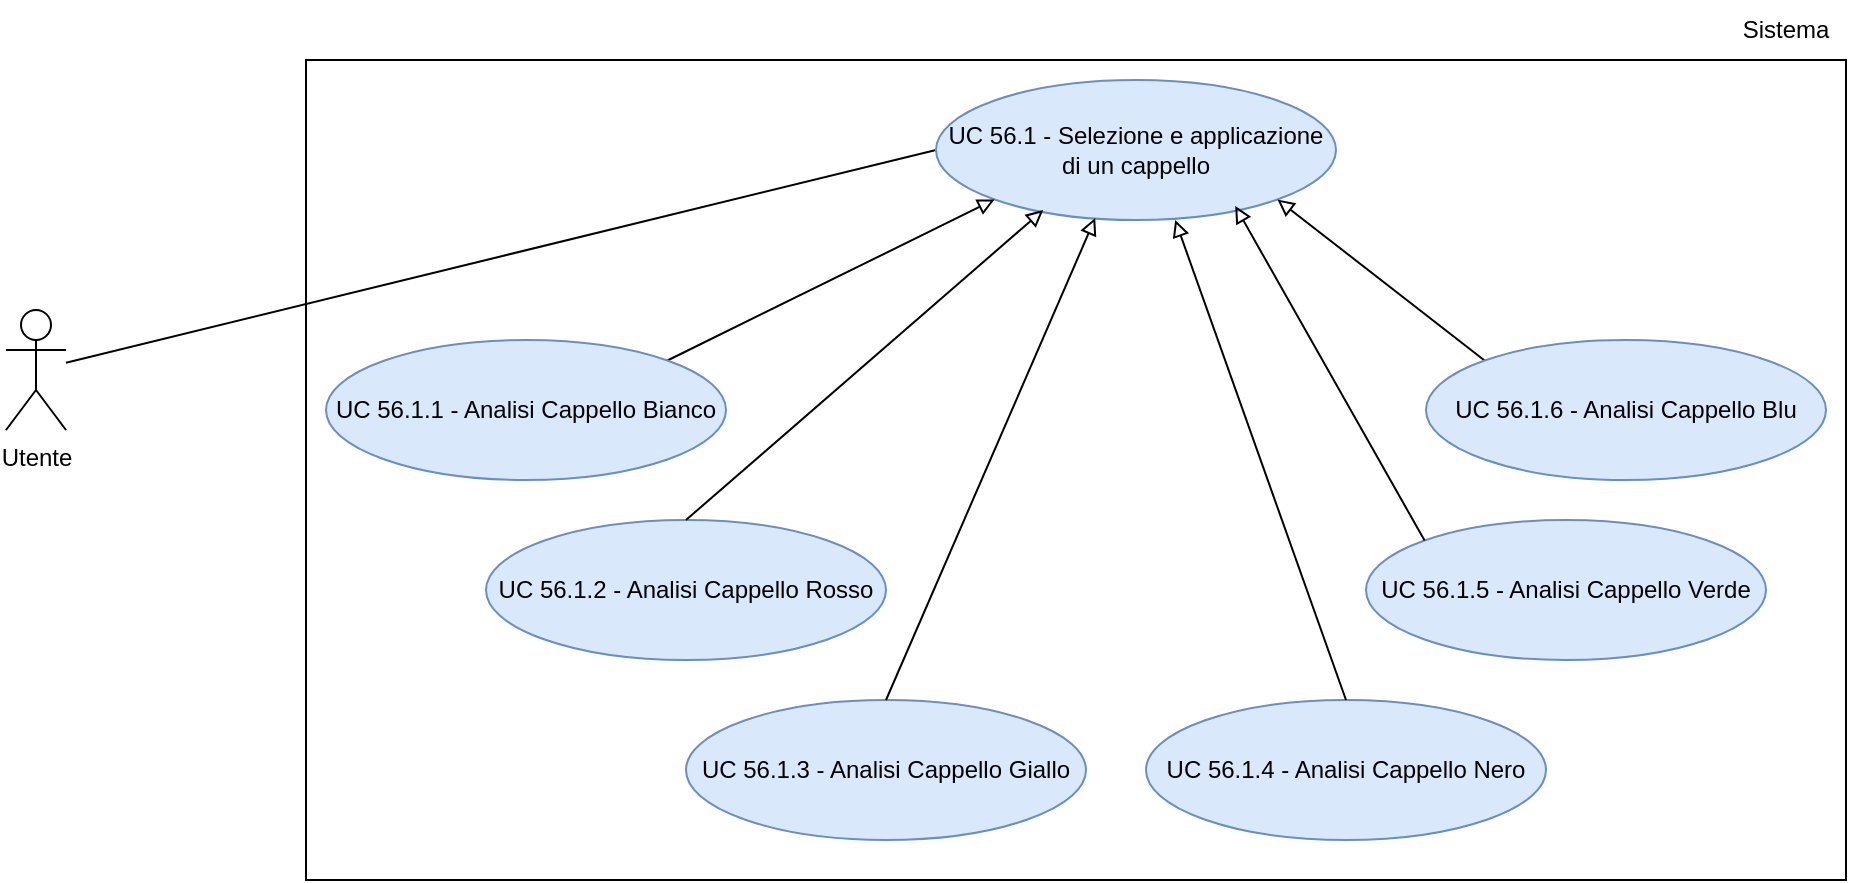
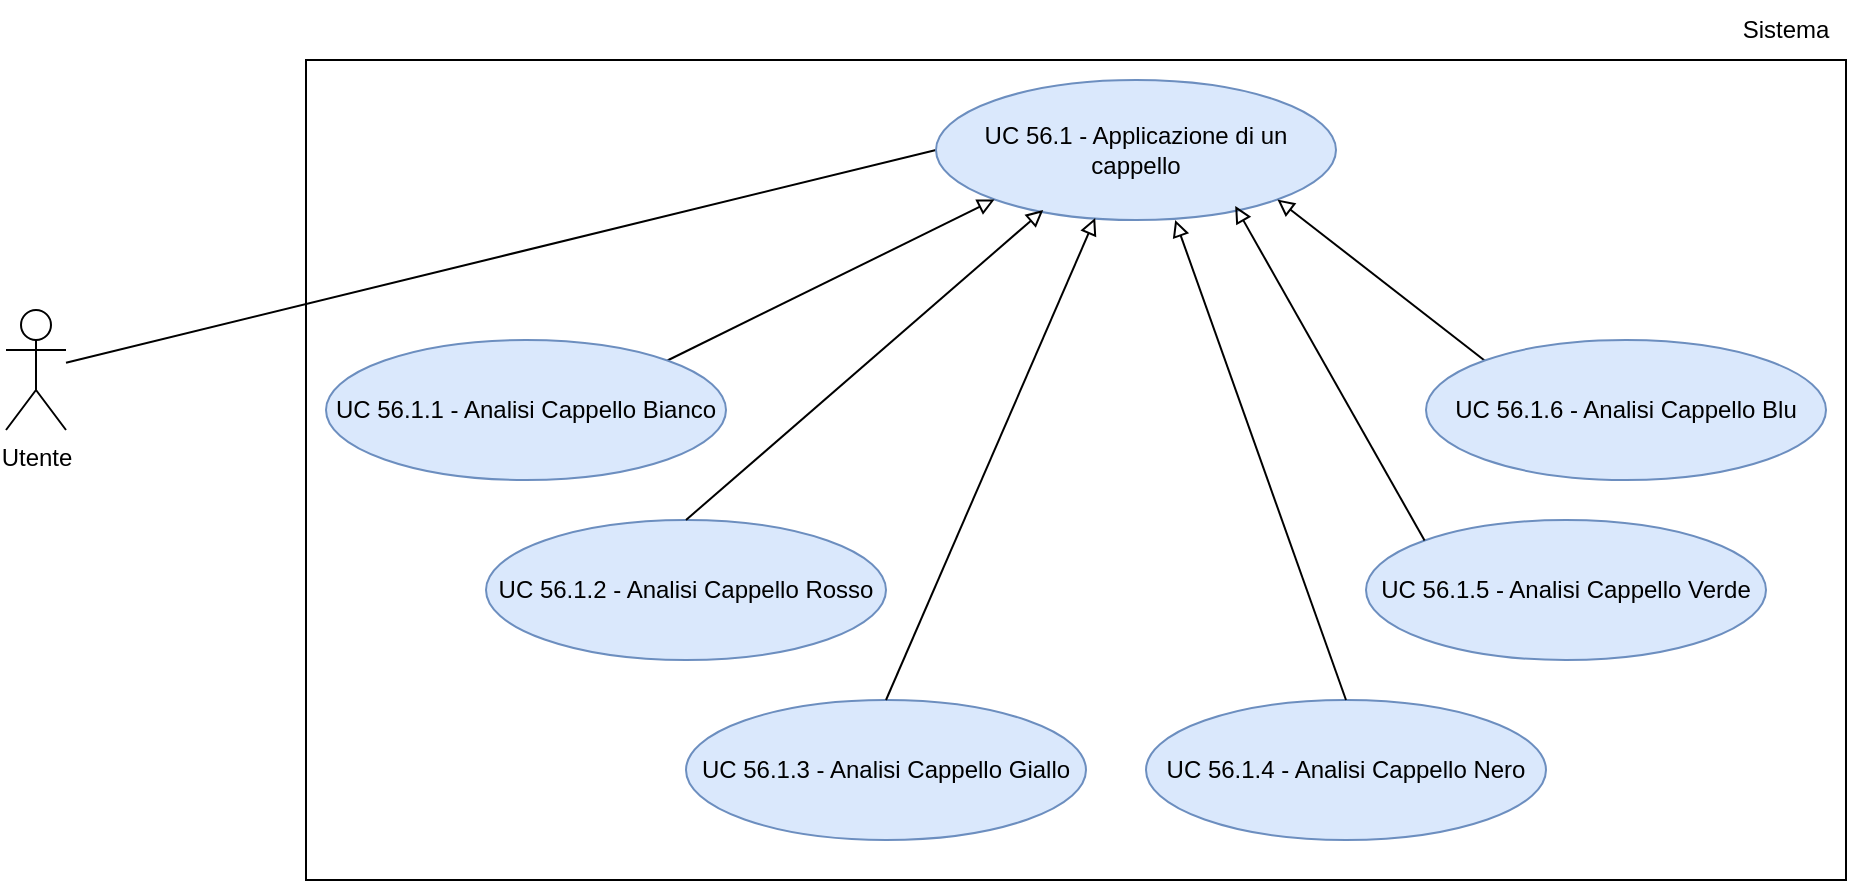
<mxfile host="Electron" agent="Mozilla/5.0 (Macintosh; Intel Mac OS X 10_15_7) AppleWebKit/537.36 (KHTML, like Gecko) draw.io/29.6.6 Chrome/144.0.7559.236 Electron/40.8.4 Safari/537.36" version="29.6.6">
  <diagram name="Page-1" id="GP-Gu0nc6ZZ5W3L8TCoV">
    <mxGraphModel dx="976" dy="656" grid="1" gridSize="10" guides="1" tooltips="1" connect="1" arrows="1" fold="1" page="1" pageScale="1" pageWidth="850" pageHeight="700" math="0" shadow="0">
      <root>
        <mxCell id="0" />
        <mxCell id="1" parent="0" />
        <mxCell id="XeF5sX4NGARsm37OYX5v-1" parent="1" style="rounded=0;whiteSpace=wrap;html=1;" value="" vertex="1">
          <mxGeometry height="410" width="770" x="200" y="160" as="geometry" />
        </mxCell>
        <mxCell id="XeF5sX4NGARsm37OYX5v-2" parent="1" style="text;html=1;whiteSpace=wrap;strokeColor=none;fillColor=none;align=center;verticalAlign=middle;rounded=0;" value="Sistema" vertex="1">
          <mxGeometry height="30" width="60" x="910" y="130" as="geometry" />
        </mxCell>
        <mxCell id="XeF5sX4NGARsm37OYX5v-6" edge="1" parent="1" source="XeF5sX4NGARsm37OYX5v-4" style="rounded=0;orthogonalLoop=1;jettySize=auto;html=1;entryX=0;entryY=0.5;entryDx=0;entryDy=0;endArrow=none;endFill=0;" target="XeF5sX4NGARsm37OYX5v-5">
          <mxGeometry relative="1" as="geometry" />
        </mxCell>
        <mxCell id="XeF5sX4NGARsm37OYX5v-4" parent="1" style="shape=umlActor;verticalLabelPosition=bottom;verticalAlign=top;html=1;outlineConnect=0;" value="Utente" vertex="1">
          <mxGeometry height="60" width="30" x="50" y="285" as="geometry" />
        </mxCell>
-         <mxCell id="XeF5sX4NGARsm37OYX5v-5" parent="1" style="ellipse;whiteSpace=wrap;html=1;fillColor=#dae8fc;strokeColor=#6c8ebf;" value="UC 56.1 - Selezione e applicazione di un cappello" vertex="1">
+         <mxCell id="XeF5sX4NGARsm37OYX5v-5" parent="1" style="ellipse;whiteSpace=wrap;html=1;fillColor=#dae8fc;strokeColor=#6c8ebf;" value="UC 56.1 - Applicazione di un cappello" vertex="1">
          <mxGeometry height="70" width="200" x="515" y="170" as="geometry" />
        </mxCell>
        <mxCell id="XeF5sX4NGARsm37OYX5v-13" edge="1" parent="1" source="XeF5sX4NGARsm37OYX5v-7" style="rounded=0;orthogonalLoop=1;jettySize=auto;html=1;exitX=1;exitY=0;exitDx=0;exitDy=0;entryX=0;entryY=1;entryDx=0;entryDy=0;endArrow=block;endFill=0;" target="XeF5sX4NGARsm37OYX5v-5">
          <mxGeometry relative="1" as="geometry" />
        </mxCell>
        <mxCell id="XeF5sX4NGARsm37OYX5v-7" parent="1" style="ellipse;whiteSpace=wrap;html=1;fillColor=#dae8fc;strokeColor=#6c8ebf;" value="UC 56.1.1 - Analisi Cappello Bianco" vertex="1">
          <mxGeometry height="70" width="200" x="210" y="300" as="geometry" />
        </mxCell>
        <mxCell id="XeF5sX4NGARsm37OYX5v-8" parent="1" style="ellipse;whiteSpace=wrap;html=1;fillColor=#dae8fc;strokeColor=#6c8ebf;" value="UC 56.1.2 - Analisi Cappello Rosso" vertex="1">
          <mxGeometry height="70" width="200" x="290" y="390" as="geometry" />
        </mxCell>
        <mxCell id="XeF5sX4NGARsm37OYX5v-9" parent="1" style="ellipse;whiteSpace=wrap;html=1;fillColor=#dae8fc;strokeColor=#6c8ebf;" value="UC 56.1.3 - Analisi Cappello Giallo" vertex="1">
          <mxGeometry height="70" width="200" x="390" y="480" as="geometry" />
        </mxCell>
        <mxCell id="XeF5sX4NGARsm37OYX5v-18" edge="1" parent="1" source="XeF5sX4NGARsm37OYX5v-10" style="rounded=0;orthogonalLoop=1;jettySize=auto;html=1;exitX=0;exitY=0;exitDx=0;exitDy=0;entryX=1;entryY=1;entryDx=0;entryDy=0;endArrow=block;endFill=0;" target="XeF5sX4NGARsm37OYX5v-5">
          <mxGeometry relative="1" as="geometry" />
        </mxCell>
        <mxCell id="XeF5sX4NGARsm37OYX5v-10" parent="1" style="ellipse;whiteSpace=wrap;html=1;fillColor=#dae8fc;strokeColor=#6c8ebf;" value="UC 56.1.6 - Analisi Cappello Blu" vertex="1">
          <mxGeometry height="70" width="200" x="760" y="300" as="geometry" />
        </mxCell>
        <mxCell id="XeF5sX4NGARsm37OYX5v-11" parent="1" style="ellipse;whiteSpace=wrap;html=1;fillColor=#dae8fc;strokeColor=#6c8ebf;" value="UC 56.1.5 - Analisi Cappello Verde" vertex="1">
          <mxGeometry height="70" width="200" x="730" y="390" as="geometry" />
        </mxCell>
        <mxCell id="XeF5sX4NGARsm37OYX5v-12" parent="1" style="ellipse;whiteSpace=wrap;html=1;fillColor=#dae8fc;strokeColor=#6c8ebf;" value="UC 56.1.4 - Analisi Cappello Nero" vertex="1">
          <mxGeometry height="70" width="200" x="620" y="480" as="geometry" />
        </mxCell>
        <mxCell id="XeF5sX4NGARsm37OYX5v-14" edge="1" parent="1" source="XeF5sX4NGARsm37OYX5v-8" style="rounded=0;orthogonalLoop=1;jettySize=auto;html=1;exitX=0.5;exitY=0;exitDx=0;exitDy=0;entryX=0.268;entryY=0.929;entryDx=0;entryDy=0;entryPerimeter=0;endArrow=block;endFill=0;" target="XeF5sX4NGARsm37OYX5v-5">
          <mxGeometry relative="1" as="geometry" />
        </mxCell>
        <mxCell id="XeF5sX4NGARsm37OYX5v-15" edge="1" parent="1" source="XeF5sX4NGARsm37OYX5v-9" style="rounded=0;orthogonalLoop=1;jettySize=auto;html=1;exitX=0.5;exitY=0;exitDx=0;exitDy=0;entryX=0.398;entryY=0.986;entryDx=0;entryDy=0;entryPerimeter=0;endArrow=block;endFill=0;" target="XeF5sX4NGARsm37OYX5v-5">
          <mxGeometry relative="1" as="geometry" />
        </mxCell>
        <mxCell id="XeF5sX4NGARsm37OYX5v-16" edge="1" parent="1" source="XeF5sX4NGARsm37OYX5v-12" style="rounded=0;orthogonalLoop=1;jettySize=auto;html=1;exitX=0.5;exitY=0;exitDx=0;exitDy=0;entryX=0.598;entryY=1;entryDx=0;entryDy=0;entryPerimeter=0;endArrow=block;endFill=0;" target="XeF5sX4NGARsm37OYX5v-5">
          <mxGeometry relative="1" as="geometry" />
        </mxCell>
        <mxCell id="XeF5sX4NGARsm37OYX5v-17" edge="1" parent="1" source="XeF5sX4NGARsm37OYX5v-11" style="rounded=0;orthogonalLoop=1;jettySize=auto;html=1;exitX=0;exitY=0;exitDx=0;exitDy=0;entryX=0.748;entryY=0.9;entryDx=0;entryDy=0;entryPerimeter=0;endArrow=block;endFill=0;" target="XeF5sX4NGARsm37OYX5v-5">
          <mxGeometry relative="1" as="geometry" />
        </mxCell>
      </root>
    </mxGraphModel>
  </diagram>
</mxfile>
